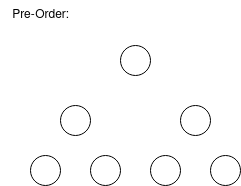
The draw.io diagram Graph/tree traverse.png in cd155/draw-io, before a commit. Source tidied: cells renumbered, new cells last; positions are measured from the earlier drawing's top-left corner, leaving out a move shared by most shapes.
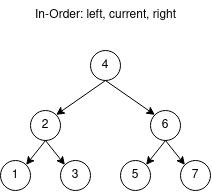
After the commit.

Diff of the diagram source:
```diff
@@ -2,29 +2,47 @@
   <root>
     <mxCell id="0" />
     <mxCell id="1" parent="0" />
-    <mxCell id="2" style="ellipse;whiteSpace=wrap;html=1;" parent="1" vertex="1">
+    <mxCell id="2" value="4" style="ellipse;whiteSpace=wrap;html=1;" parent="1" vertex="1">
       <mxGeometry x="120" y="45" width="30" height="30" as="geometry" />
     </mxCell>
-    <mxCell id="3" style="ellipse;whiteSpace=wrap;html=1;" parent="1" vertex="1">
+    <mxCell id="3" value="2" style="ellipse;whiteSpace=wrap;html=1;" parent="1" vertex="1">
       <mxGeometry x="60" y="105" width="30" height="30" as="geometry" />
     </mxCell>
-    <mxCell id="4" style="ellipse;whiteSpace=wrap;html=1;" parent="1" vertex="1">
+    <mxCell id="4" value="6" style="ellipse;whiteSpace=wrap;html=1;" parent="1" vertex="1">
       <mxGeometry x="180" y="105" width="30" height="30" as="geometry" />
     </mxCell>
-    <mxCell id="5" style="ellipse;whiteSpace=wrap;html=1;" parent="1" vertex="1">
+    <mxCell id="5" value="1" style="ellipse;whiteSpace=wrap;html=1;" parent="1" vertex="1">
       <mxGeometry x="30" y="155" width="30" height="30" as="geometry" />
     </mxCell>
-    <mxCell id="6" style="ellipse;whiteSpace=wrap;html=1;" parent="1" vertex="1">
+    <mxCell id="6" value="3" style="ellipse;whiteSpace=wrap;html=1;" parent="1" vertex="1">
       <mxGeometry x="90" y="155" width="30" height="30" as="geometry" />
     </mxCell>
-    <mxCell id="7" style="ellipse;whiteSpace=wrap;html=1;" parent="1" vertex="1">
+    <mxCell id="7" value="5" style="ellipse;whiteSpace=wrap;html=1;" parent="1" vertex="1">
       <mxGeometry x="150" y="155" width="30" height="30" as="geometry" />
     </mxCell>
-    <mxCell id="8" style="ellipse;whiteSpace=wrap;html=1;" parent="1" vertex="1">
+    <mxCell id="8" value="7" style="ellipse;whiteSpace=wrap;html=1;" parent="1" vertex="1">
       <mxGeometry x="210" y="155" width="30" height="30" as="geometry" />
     </mxCell>
-    <mxCell id="9" value="Pre-Order: " style="text;html=1;align=center;verticalAlign=middle;strokeColor=none;fillColor=none;" parent="1" vertex="1">
-      <mxGeometry width="80" height="30" as="geometry" />
+    <mxCell id="9" value="In-Order: left, current, right " style="text;html=1;align=center;verticalAlign=middle;strokeColor=none;fillColor=none;" parent="1" vertex="1">
+      <mxGeometry x="55" y="-5" width="160" height="30" as="geometry" />
     </mxCell>
+    <mxCell id="10" style="endArrow=classic;html=1;rounded=0;exitX=0.5;exitY=1;exitDx=0;exitDy=0;entryX=1;entryY=0;entryDx=0;entryDy=0;" parent="1" edge="1" source="2" target="3">
+      <mxGeometry relative="1" as="geometry" />
+    </mxCell>
+    <mxCell id="11" style="endArrow=classic;html=1;rounded=0;exitX=0.5;exitY=1;exitDx=0;exitDy=0;entryX=0;entryY=0;entryDx=0;entryDy=0;" parent="1" edge="1" source="2" target="4">
+      <mxGeometry relative="1" as="geometry" />
+    </mxCell>
+    <mxCell id="12" style="endArrow=classic;html=1;rounded=0;exitX=0.5;exitY=1;exitDx=0;exitDy=0;entryX=1;entryY=0;entryDx=0;entryDy=0;" parent="1" edge="1" source="3" target="5">
+      <mxGeometry relative="1" as="geometry" />
+    </mxCell>
+    <mxCell id="13" style="endArrow=classic;html=1;rounded=0;exitX=0.5;exitY=1;exitDx=0;exitDy=0;entryX=0;entryY=0;entryDx=0;entryDy=0;" parent="1" edge="1" source="3" target="6">
+      <mxGeometry relative="1" as="geometry" />
+    </mxCell>
+    <mxCell id="14" style="endArrow=classic;html=1;rounded=0;exitX=0.5;exitY=1;exitDx=0;exitDy=0;entryX=1;entryY=0;entryDx=0;entryDy=0;" parent="1" edge="1" source="4" target="7">
+      <mxGeometry relative="1" as="geometry" />
+    </mxCell>
+    <mxCell id="15" style="endArrow=classic;html=1;rounded=0;exitX=0.5;exitY=1;exitDx=0;exitDy=0;entryX=0;entryY=0;entryDx=0;entryDy=0;" parent="1" edge="1" source="4" target="8">
+      <mxGeometry relative="1" as="geometry" />
+    </mxCell>
   </root>
 </mxGraphModel>
```
